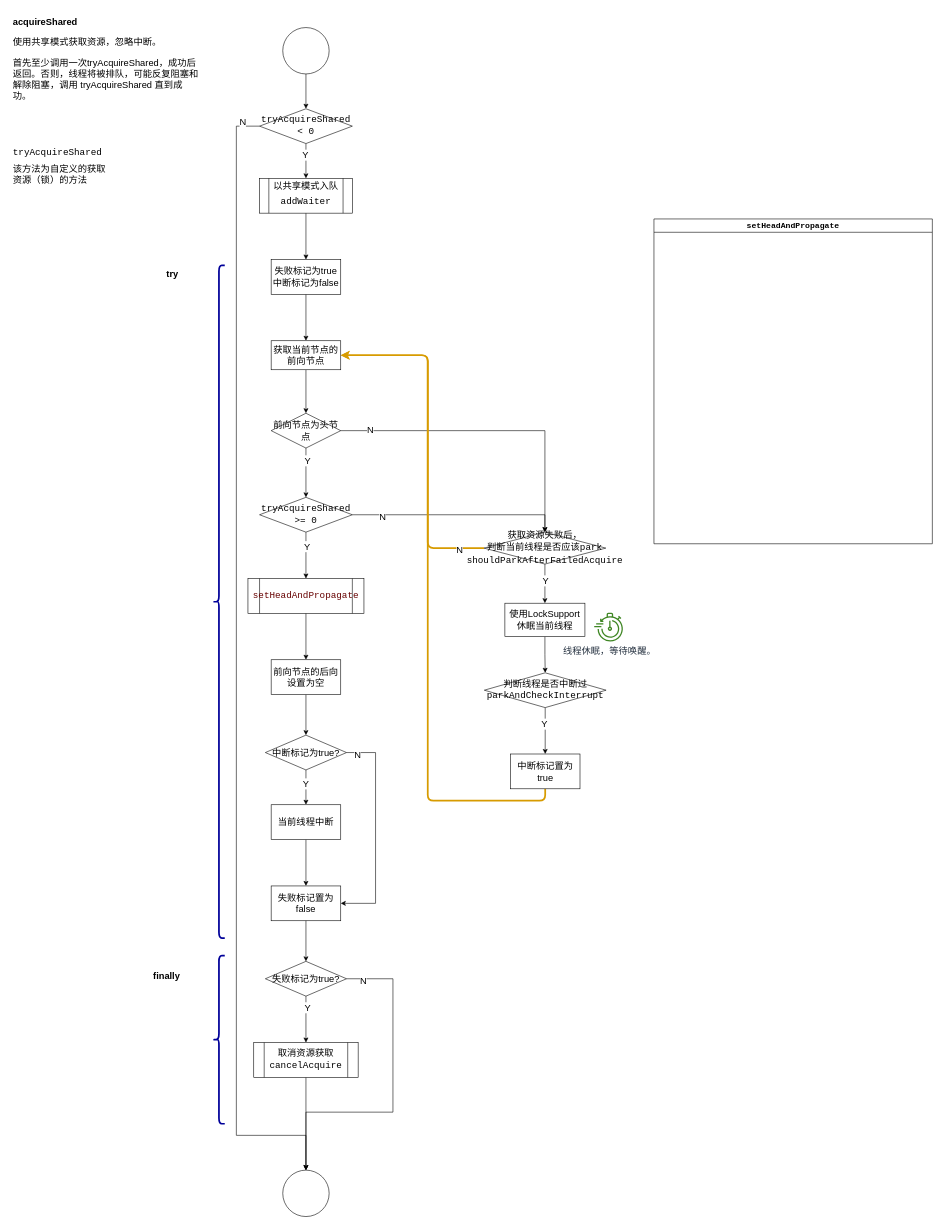
This is page "acquireShared" (2 of 8) of src/drawio/aqs/aqs.drawio from NikolaZhang/NikolaZhang.github.io, a draw.io file, before an edit. Source tidied: cells renumbered, new cells numbered last; positions are measured from the earlier drawing's top-left corner, leaving out a move shared by most shapes. Both pictures are drawn from the tidied source at 58%, with x=0, y=0 at pixel (10, 16).
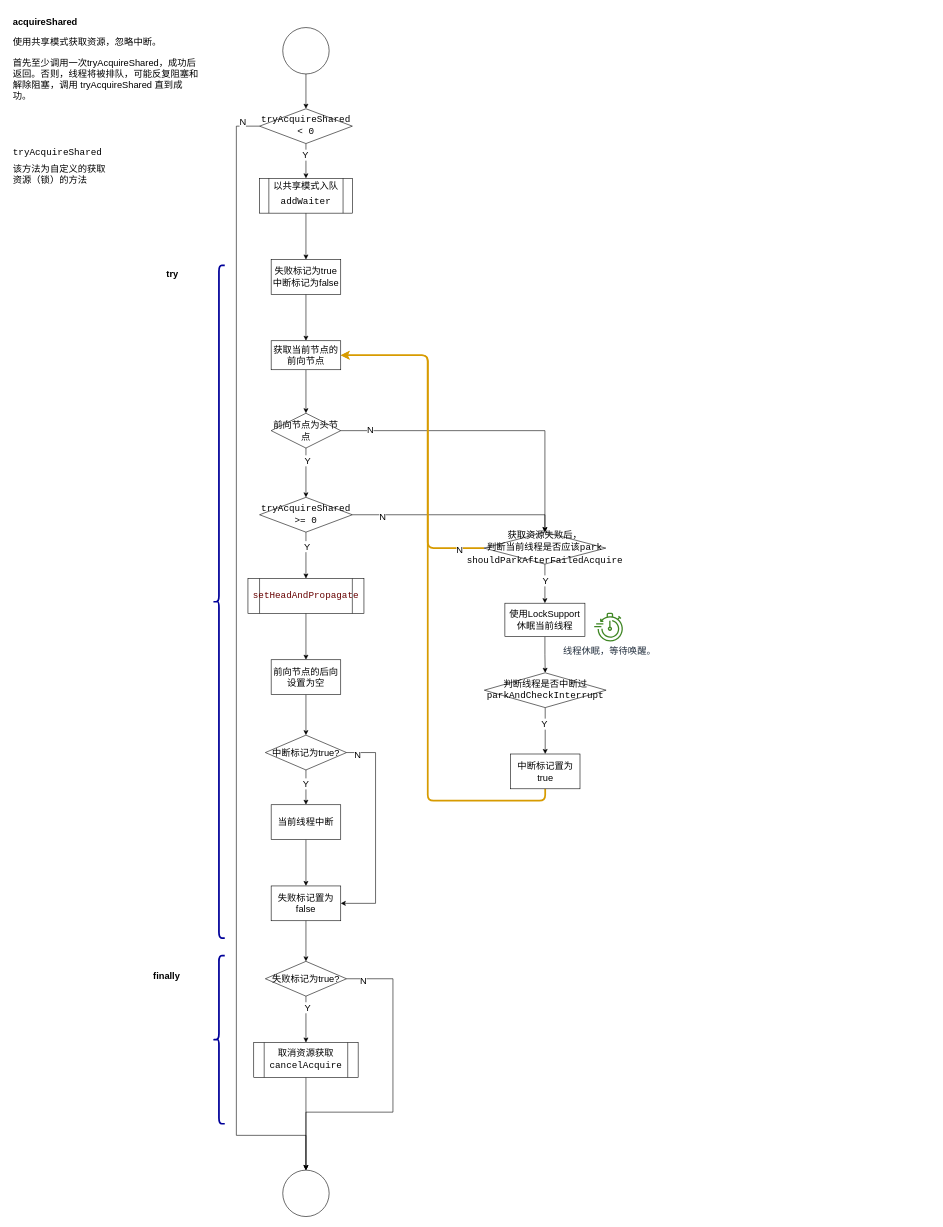
The same diagram, later.

Change to the diagram source:
```diff
@@
-    <mxCell id="65" value="&lt;div style=&quot;&quot;&gt;&lt;pre style=&quot;font-family: &amp;quot;Fira Code Medium&amp;quot;, monospace; font-size: 10.5pt;&quot;&gt;setHeadAndPropagate&lt;/pre&gt;&lt;/div&gt;" style="swimlane;whiteSpace=wrap;html=1;align=center;" parent="1" vertex="1">
-      <mxGeometry x="1110" y="350" width="480" height="560" as="geometry" />
-    </mxCell>
```
